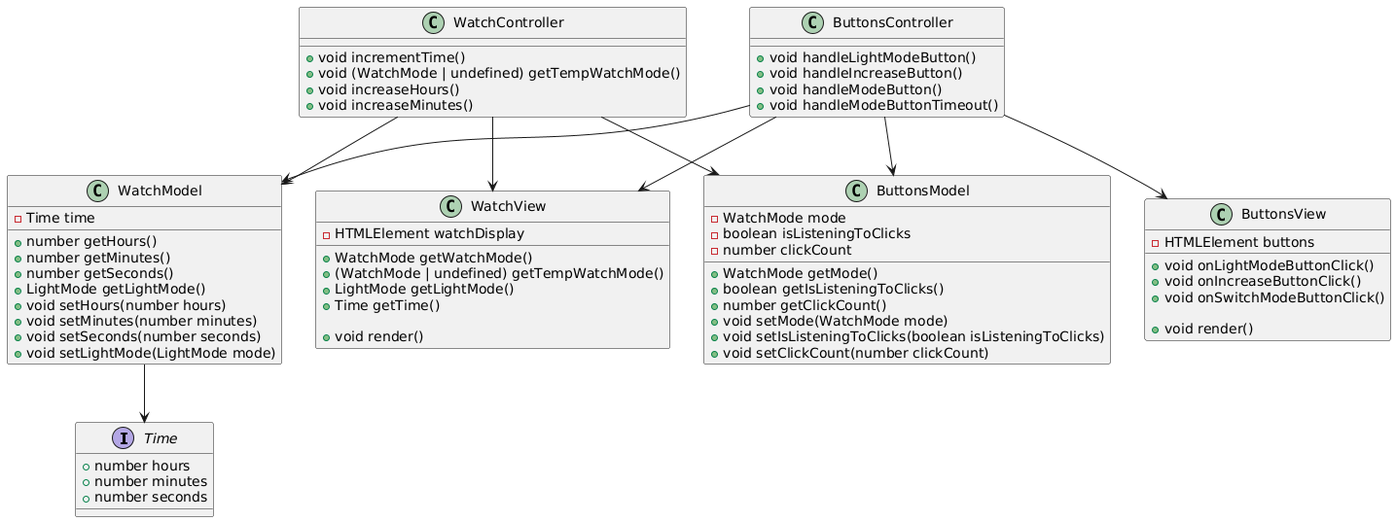
nassing/ts-watch keeps this PlantUML diagram as uml/watch_uml.png. Above is the earlier version.
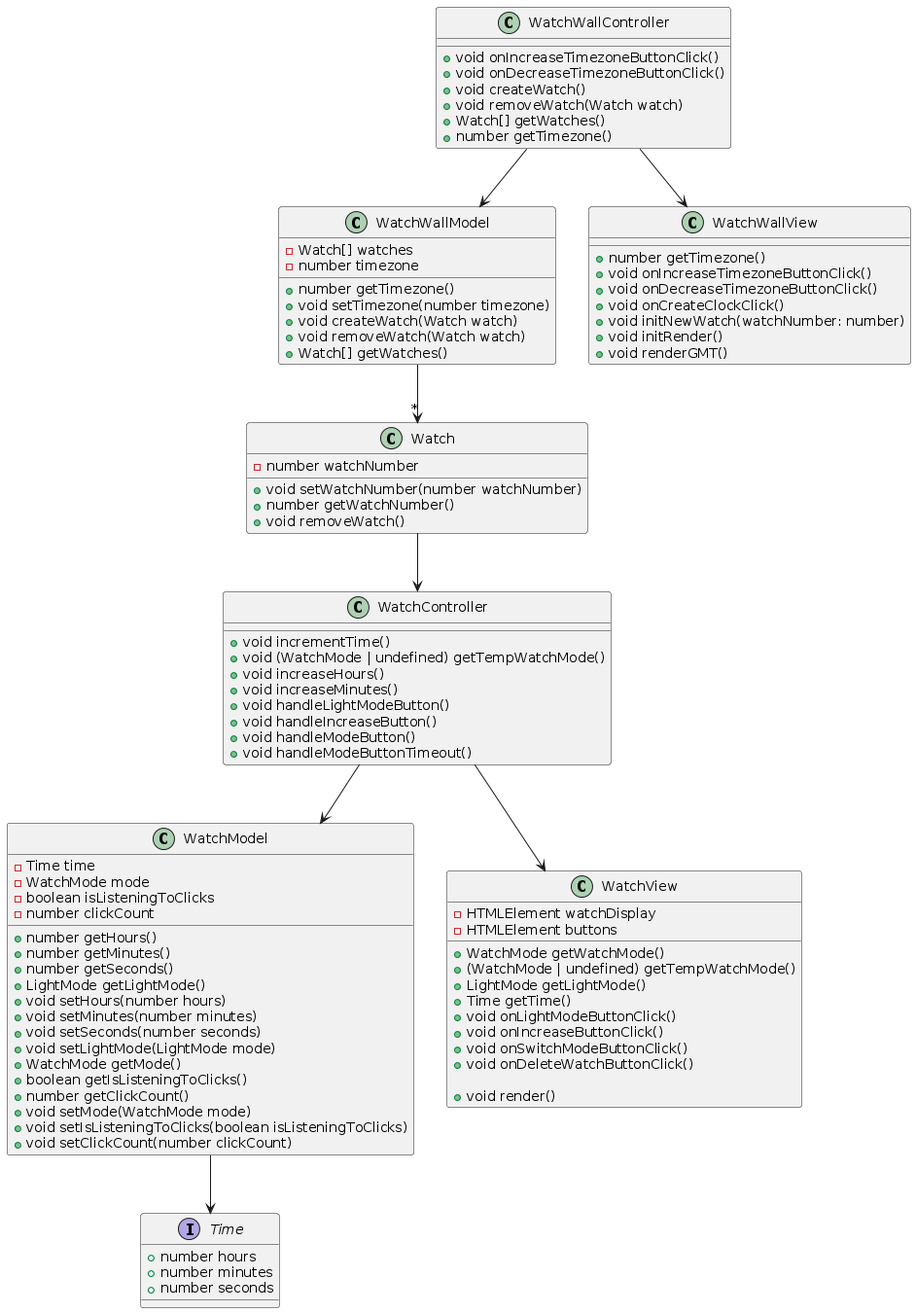
After the commit.

Commit message:
Fixed watchwall rendering + updated UML

The edit, as a diff of the source:
```diff
@@ -7,6 +7,9 @@
 
 class WatchModel {
   -Time time
+  -WatchMode mode
+  -boolean isListeningToClicks
+  -number clickCount
 
   +number getHours()
   +number getMinutes()
@@ -16,15 +19,26 @@
   +void setMinutes(number minutes)
   +void setSeconds(number seconds)
   +void setLightMode(LightMode mode)
+  +WatchMode getMode()
+  +boolean getIsListeningToClicks()
+  +number getClickCount()
+  +void setMode(WatchMode mode)
+  +void setIsListeningToClicks(boolean isListeningToClicks)
+  +void setClickCount(number clickCount)
 }
 
 class WatchView {
   -HTMLElement watchDisplay
+  -HTMLElement buttons
 
   +WatchMode getWatchMode()
   +(WatchMode | undefined) getTempWatchMode()
   +LightMode getLightMode()
   +Time getTime()
+  +void onLightModeButtonClick()
+  +void onIncreaseButtonClick()
+  +void onSwitchModeButtonClick()
+  +void onDeleteWatchButtonClick()
 
   +void render()
 }
@@ -34,47 +48,59 @@
   +void (WatchMode | undefined) getTempWatchMode()
   +void increaseHours()
   +void increaseMinutes()
-}
-
-class ButtonsModel {
-  -WatchMode mode
-  -boolean isListeningToClicks
-  -number clickCount
-
-  +WatchMode getMode()
-  +boolean getIsListeningToClicks()
-  +number getClickCount()
-  +void setMode(WatchMode mode)
-  +void setIsListeningToClicks(boolean isListeningToClicks)
-  +void setClickCount(number clickCount)
-}
-
-class ButtonsView {
-  -HTMLElement buttons
-
-  +void onLightModeButtonClick()
-  +void onIncreaseButtonClick()
-  +void onSwitchModeButtonClick()
-
-  +void render()
-}
-
-class ButtonsController {
   +void handleLightModeButton()
   +void handleIncreaseButton()
   +void handleModeButton()
   +void handleModeButtonTimeout()
 }
 
+class Watch {
+  -number watchNumber
+
+  +void setWatchNumber(number watchNumber)
+  +number getWatchNumber()
+  +void removeWatch()
+}
+
+class WatchWallController {
+  +void onIncreaseTimezoneButtonClick()
+  +void onDecreaseTimezoneButtonClick()
+  +void createWatch()
+  +void removeWatch(Watch watch)
+  +Watch[] getWatches()
+  +number getTimezone()
+}
+
+class WatchWallModel {
+  -Watch[] watches
+  -number timezone
+
+  +number getTimezone()
+  +void setTimezone(number timezone)
+  +void createWatch(Watch watch)
+  +void removeWatch(Watch watch)
+  +Watch[] getWatches()
+}
+
+class WatchWallView {
+  +number getTimezone()
+  +void onIncreaseTimezoneButtonClick()
+  +void onDecreaseTimezoneButtonClick()
+  +void onCreateClockClick()
+  +void initNewWatch(watchNumber: number)
+  +void initRender()
+  +void renderGMT()
+}
+
 
 WatchController --> WatchModel
 WatchController --> WatchView
-WatchController --> ButtonsModel
 
 WatchModel --> Time
 
-ButtonsController --> ButtonsView
-ButtonsController --> ButtonsModel
-ButtonsController --> WatchModel
-ButtonsController --> WatchView
+WatchWallController --> WatchWallModel
+WatchWallController --> WatchWallView
+WatchWallModel -->"*" Watch
+
+Watch --> WatchController
 @enduml
```
